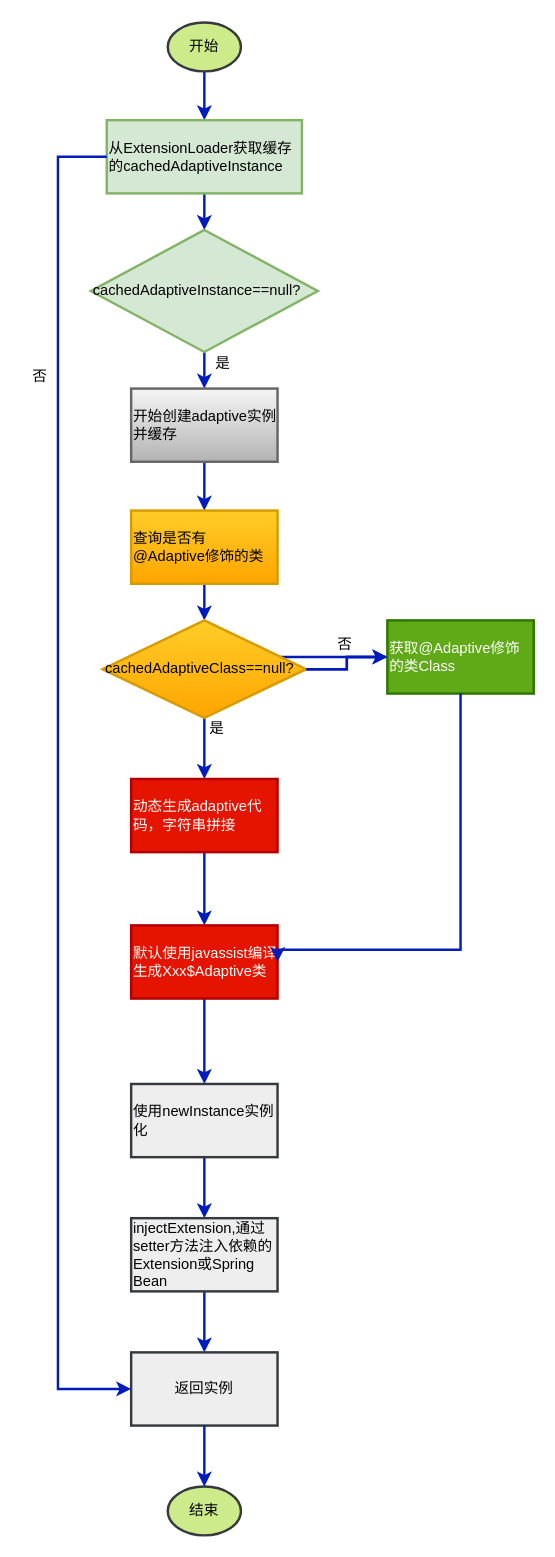
Earlier version of the draw.io diagram resources/img/adaptive.drawio (ningtalk/myblogs). Source tidied: cells renumbered, new cells numbered last; positions are measured from the earlier drawing's top-left corner, leaving out a move shared by most shapes. Both pictures are drawn from the tidied source at 122%, with x=0, y=0 at pixel (21, 22).
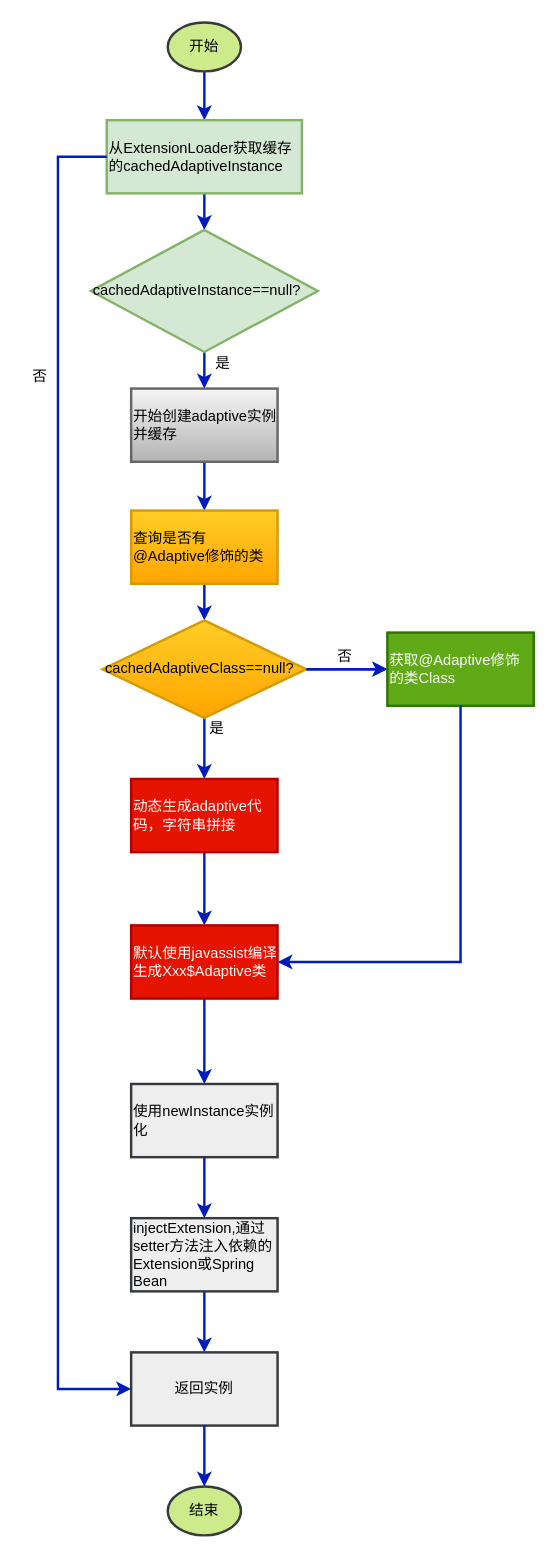
The same diagram, later.

Unchanged cells that the change refers to:
```xml
<mxCell id="14" value="cachedAdaptiveClass==null?" style="rhombus;whiteSpace=wrap;html=1;align=left;strokeWidth=2;gradientColor=#ffa500;fillColor=#ffcd28;strokeColor=#d79b00;" parent="1" vertex="1">
  <mxGeometry x="66.5" y="490" width="167" height="80" as="geometry" />
</mxCell>
<mxCell id="16" value="动态生成adaptive代码，字符串拼接" style="whiteSpace=wrap;html=1;align=left;strokeWidth=2;fillColor=#e51400;strokeColor=#B20000;fontColor=#ffffff;" parent="1" vertex="1">
  <mxGeometry x="90" y="620" width="120" height="60" as="geometry" />
</mxCell>
<mxCell id="18" value="默认使用javassist编译生成Xxx$Adaptive类" style="whiteSpace=wrap;html=1;align=left;strokeWidth=2;fillColor=#e51400;strokeColor=#B20000;fontColor=#ffffff;" parent="1" vertex="1">
  <mxGeometry x="90" y="740" width="120" height="60" as="geometry" />
</mxCell>
```

Diff of the diagram source:
```diff
@@
-    <mxCell id="12" style="edgeStyle=orthogonalEdgeStyle;rounded=0;jettySize=auto;html=1;fillColor=#0050ef;strokeColor=#001DBC;strokeWidth=2;" parent="1" edge="1" source="30" target="16">
-      <mxGeometry relative="1" as="geometry" />
+    <mxCell id="12" style="edgeStyle=orthogonalEdgeStyle;rounded=0;jettySize=auto;html=1;fillColor=#0050ef;strokeColor=#001DBC;strokeWidth=2;exitX=0.5;exitY=1;exitDx=0;exitDy=0;" parent="1" edge="1" source="14" target="16">
+      <mxGeometry relative="1" as="geometry">
+        <Array as="points">
+          <mxPoint x="150" y="590" />
+          <mxPoint x="150" y="590" />
+        </Array>
+      </mxGeometry>
     </mxCell>
@@
     <mxCell id="25" value="否" style="text;html=1;align=center;verticalAlign=middle;" parent="1" vertex="1">
-      <mxGeometry x="250" y="500" width="30" height="20" as="geometry" />
+      <mxGeometry x="250" y="510" width="30" height="20" as="geometry" />
     </mxCell>
@@
     <mxCell id="30" value="获取@Adaptive修饰的类Class" style="whiteSpace=wrap;html=1;align=left;strokeWidth=2;fillColor=#60a917;strokeColor=#2D7600;fontColor=#ffffff;" parent="1" vertex="1">
-      <mxGeometry x="300" y="490" width="120" height="60" as="geometry" />
+      <mxGeometry x="300" y="500" width="120" height="60" as="geometry" />
     </mxCell>
@@
     <mxCell id="32" style="edgeStyle=orthogonalEdgeStyle;rounded=0;jettySize=auto;html=1;strokeWidth=2;fillColor=#0050ef;strokeColor=#001DBC;exitX=0.5;exitY=1;exitDx=0;exitDy=0;entryX=1;entryY=0.5;entryDx=0;entryDy=0;" parent="1" edge="1" source="30" target="18">
       <mxGeometry relative="1" as="geometry">
         <Array as="points">
-          <mxPoint x="360" y="760" />
+          <mxPoint x="360" y="770" />
         </Array>
       </mxGeometry>
     </mxCell>
```
